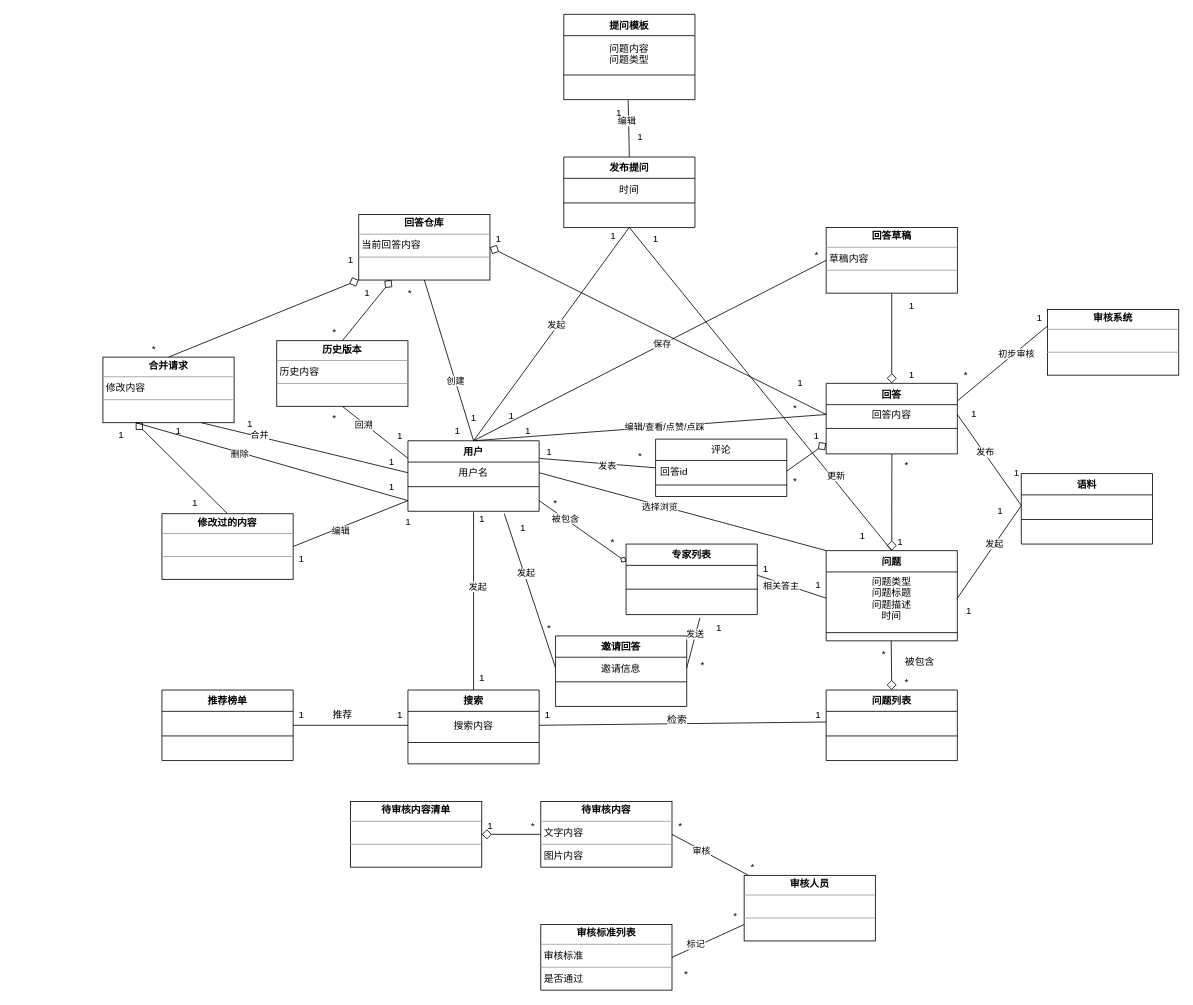
The draw.io diagram 需求规格说明/UML图/概念类图/总概念类图.drawio in sunflower-zzn/ShaGeng, before the edit. Source tidied: cells renumbered, new cells numbered last; positions are measured from the earlier drawing's top-left corner, leaving out a move shared by most shapes. Both pictures are drawn from the tidied source at 82%, with x=0, y=0 at pixel (102, 14).
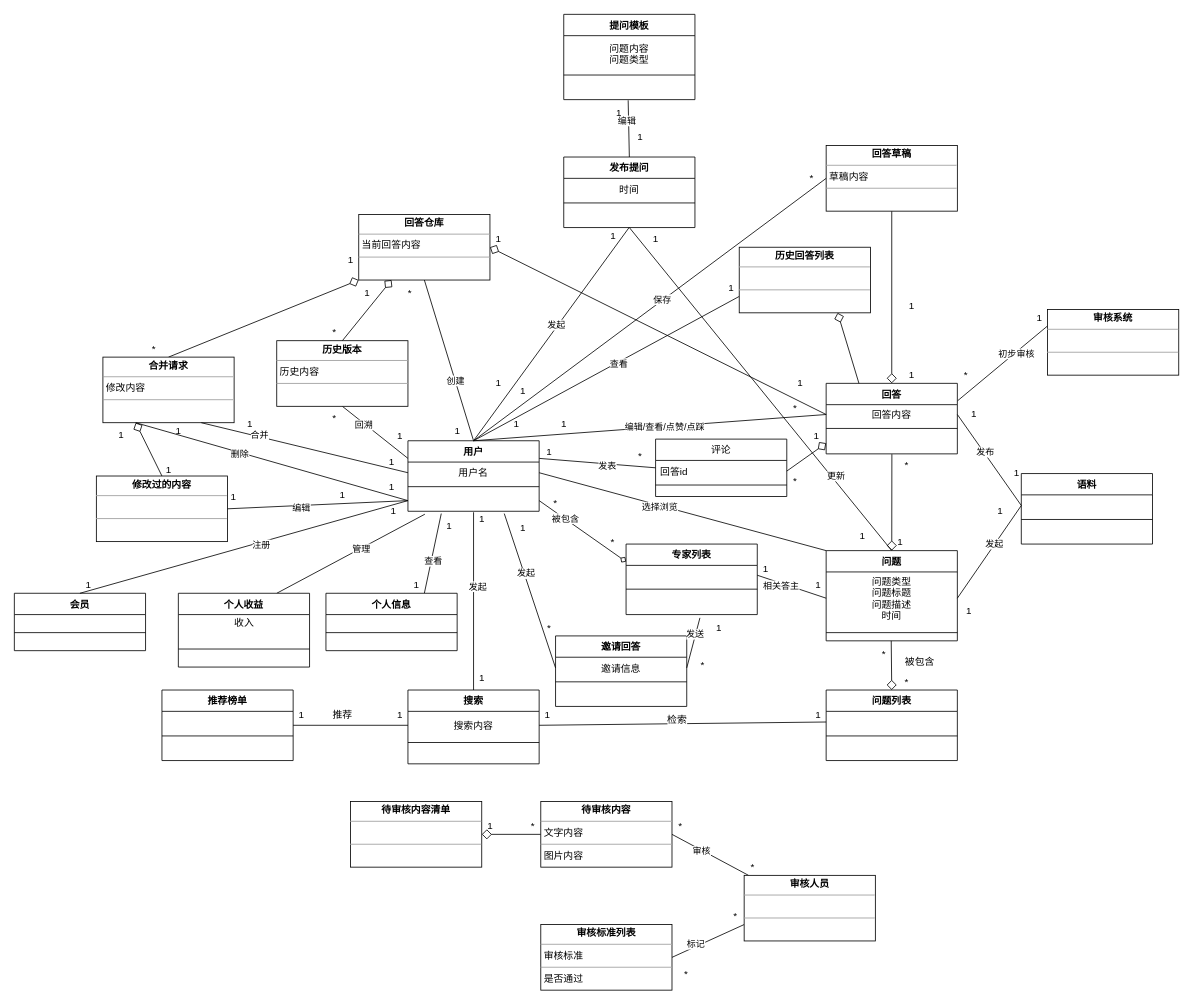
The same diagram, later.

Commit message (it also covers changes not shown here):
finish: 总概念类图

The change refers to these unchanged cells:
```xml
<mxCell id="39" value="用户" style="swimlane;fontStyle=1;align=center;verticalAlign=top;horizontal=1;startSize=26;" parent="1" vertex="1">
  <mxGeometry x="372" y="520" width="160" height="86" as="geometry" />
</mxCell>
<mxCell id="42" value=" " style="text;strokeColor=none;fillColor=none;align=left;verticalAlign=top;spacingLeft=4;spacingRight=4;overflow=hidden;points=[[0,0.5],[1,0.5]];portConstraint=eastwest;" parent="39" vertex="1">
  <mxGeometry y="60" width="160" height="26" as="geometry" />
</mxCell>
<mxCell id="45" value="回答" style="swimlane;fontStyle=1;align=center;verticalAlign=top;horizontal=1;startSize=26;" parent="1" vertex="1">
  <mxGeometry x="882" y="450" width="160" height="86" as="geometry" />
</mxCell>
```

Change to the diagram source:
```diff
@@
     <mxCell id="13" value="1" style="text;html=1;align=center;verticalAlign=middle;" parent="1" vertex="1">
-      <mxGeometry x="488" y="480" width="20" height="20" as="geometry" />
+      <mxGeometry x="472" y="440" width="20" height="20" as="geometry" />
     </mxCell>
@@
     <mxCell id="111" value="&lt;p style=&quot;margin: 0px ; margin-top: 4px ; text-align: center&quot;&gt;&lt;b&gt;回答草稿&lt;/b&gt;&lt;/p&gt;&lt;hr size=&quot;1&quot;&gt;&lt;p style=&quot;margin: 0px ; margin-left: 4px&quot;&gt;草稿内容&lt;/p&gt;&lt;hr size=&quot;1&quot;&gt;&lt;p style=&quot;margin: 0px ; margin-left: 4px&quot;&gt;&lt;br&gt;&lt;/p&gt;" style="verticalAlign=top;align=left;overflow=fill;fontSize=12;fontFamily=Helvetica;html=1;" parent="1" vertex="1">
-      <mxGeometry x="882" y="260" width="160" height="80" as="geometry" />
+      <mxGeometry x="882" y="160" width="160" height="80" as="geometry" />
     </mxCell>
@@
     <mxCell id="116" value="1" style="text;html=1;align=center;verticalAlign=middle;" parent="1" vertex="1">
-      <mxGeometry x="442" y="483" width="20" height="20" as="geometry" />
+      <mxGeometry x="552" y="490" width="20" height="20" as="geometry" />
     </mxCell>
     <mxCell id="117" value="*" style="text;html=1;align=center;verticalAlign=middle;" parent="1" vertex="1">
-      <mxGeometry x="860" y="284" width="20" height="20" as="geometry" />
+      <mxGeometry x="854" y="190" width="20" height="20" as="geometry" />
     </mxCell>
@@
     <mxCell id="120" value="1" style="text;html=1;align=center;verticalAlign=middle;" parent="1" vertex="1">
-      <mxGeometry x="508" y="498" width="20" height="20" as="geometry" />
+      <mxGeometry x="502" y="450" width="20" height="20" as="geometry" />
     </mxCell>
@@
     <mxCell id="151" value="&lt;p style=&quot;margin: 0px ; margin-top: 4px ; text-align: center&quot;&gt;&lt;b&gt;修改过的内容&lt;/b&gt;&lt;/p&gt;&lt;hr size=&quot;1&quot;&gt;&lt;p style=&quot;margin: 0px ; margin-left: 4px&quot;&gt;&lt;br&gt;&lt;/p&gt;&lt;hr size=&quot;1&quot;&gt;&lt;p style=&quot;margin: 0px ; margin-left: 4px&quot;&gt;&lt;br&gt;&lt;/p&gt;" style="verticalAlign=top;align=left;overflow=fill;fontSize=12;fontFamily=Helvetica;html=1;" parent="1" vertex="1">
-      <mxGeometry x="72" y="609" width="160" height="80" as="geometry" />
+      <mxGeometry x="-8" y="563" width="160" height="80" as="geometry" />
     </mxCell>
@@
     <mxCell id="167" value="1" style="text;html=1;align=center;verticalAlign=middle;" parent="1" vertex="1">
-      <mxGeometry x="362" y="609" width="20" height="20" as="geometry" />
+      <mxGeometry x="282" y="576" width="20" height="20" as="geometry" />
     </mxCell>
     <mxCell id="168" value="1" style="text;html=1;align=center;verticalAlign=middle;" parent="1" vertex="1">
-      <mxGeometry x="232" y="654" width="20" height="20" as="geometry" />
+      <mxGeometry x="149" y="579" width="20" height="20" as="geometry" />
     </mxCell>
@@
     <mxCell id="170" value="1" style="text;html=1;align=center;verticalAlign=middle;" parent="1" vertex="1">
-      <mxGeometry x="102" y="586" width="20" height="20" as="geometry" />
+      <mxGeometry x="70" y="546" width="20" height="20" as="geometry" />
     </mxCell>
@@
+    <mxCell id="181" style="rounded=0;jettySize=auto;html=1;exitX=0.75;exitY=0;exitDx=0;exitDy=0;entryX=0.254;entryY=1.108;entryDx=0;entryDy=0;entryPerimeter=0;endArrow=none;endFill=0;" parent="1" edge="1" source="185" target="42">
+      <mxGeometry relative="1" as="geometry" />
+    </mxCell>
+    <mxCell id="182" value="查看" style="edgeLabel;html=1;align=center;verticalAlign=middle;" parent="181" vertex="1">
+      <mxGeometry x="-0.17" y="-2" relative="1" as="geometry" />
+    </mxCell>
+    <mxCell id="183" value="1" style="text;html=1;align=center;verticalAlign=middle;" parent="1" vertex="1">
+      <mxGeometry x="412" y="614" width="20" height="20" as="geometry" />
+    </mxCell>
+    <mxCell id="184" value="1" style="text;html=1;align=center;verticalAlign=middle;" parent="1" vertex="1">
+      <mxGeometry x="372" y="686" width="20" height="20" as="geometry" />
+    </mxCell>
+    <mxCell id="185" value="个人信息" style="swimlane;fontStyle=1;align=center;verticalAlign=top;horizontal=1;startSize=26;" parent="1" vertex="1">
+      <mxGeometry x="272" y="706" width="160" height="70" as="geometry" />
+    </mxCell>
+    <mxCell id="186" style="line;strokeWidth=1;fillColor=none;align=left;verticalAlign=middle;spacingTop=-1;spacingLeft=3;spacingRight=3;labelPosition=right;" parent="185" vertex="1">
+      <mxGeometry y="26" width="160" height="44" as="geometry" />
+    </mxCell>
+    <mxCell id="187" style="edgeStyle=none;rounded=0;jettySize=auto;html=1;exitX=0.75;exitY=0;exitDx=0;exitDy=0;entryX=0.129;entryY=1.138;entryDx=0;entryDy=0;entryPerimeter=0;endArrow=none;endFill=0;" parent="1" edge="1" source="189" target="42">
+      <mxGeometry relative="1" as="geometry" />
+    </mxCell>
+    <mxCell id="188" value="管理" style="edgeLabel;html=1;align=center;verticalAlign=middle;" parent="187" vertex="1">
+      <mxGeometry x="0.13" relative="1" as="geometry" />
+    </mxCell>
+    <mxCell id="189" value="个人收益" style="swimlane;fontStyle=1;align=center;verticalAlign=top;horizontal=1;startSize=26;" parent="1" vertex="1">
+      <mxGeometry x="92" y="706" width="160" height="90" as="geometry" />
+    </mxCell>
+    <mxCell id="190" value="收入" style="text;html=1;align=center;verticalAlign=middle;" parent="189" vertex="1">
+      <mxGeometry y="26" width="160" height="20" as="geometry" />
+    </mxCell>
+    <mxCell id="191" style="line;strokeWidth=1;fillColor=none;align=left;verticalAlign=middle;spacingTop=-1;spacingLeft=3;spacingRight=3;labelPosition=right;" parent="189" vertex="1">
+      <mxGeometry y="46" width="160" height="44" as="geometry" />
+    </mxCell>
+    <mxCell id="192" style="edgeStyle=none;rounded=0;jettySize=auto;html=1;exitX=0.75;exitY=1;exitDx=0;exitDy=0;entryX=0.25;entryY=0;entryDx=0;entryDy=0;endArrow=none;endFill=0;startArrow=diamond;startFill=0;startSize=10;" parent="1" edge="1" source="195" target="45">
+      <mxGeometry relative="1" as="geometry" />
+    </mxCell>
+    <mxCell id="193" style="edgeStyle=none;rounded=0;jettySize=auto;html=1;exitX=0;exitY=0.75;exitDx=0;exitDy=0;entryX=0.5;entryY=0;entryDx=0;entryDy=0;startArrow=none;startFill=0;startSize=10;endArrow=none;endFill=0;" parent="1" edge="1" source="195" target="39">
+      <mxGeometry relative="1" as="geometry" />
+    </mxCell>
+    <mxCell id="194" value="查看" style="edgeLabel;html=1;align=center;verticalAlign=middle;" parent="193" vertex="1">
+      <mxGeometry x="-0.09" y="1" relative="1" as="geometry" />
+    </mxCell>
+    <mxCell id="195" value="&lt;p style=&quot;margin: 0px ; margin-top: 4px ; text-align: center&quot;&gt;&lt;b&gt;历史回答列表&lt;/b&gt;&lt;/p&gt;&lt;hr size=&quot;1&quot;&gt;&lt;p style=&quot;margin: 0px ; margin-left: 4px&quot;&gt;&lt;br&gt;&lt;/p&gt;&lt;hr size=&quot;1&quot;&gt;&lt;p style=&quot;margin: 0px ; margin-left: 4px&quot;&gt;&lt;br&gt;&lt;/p&gt;" style="verticalAlign=top;align=left;overflow=fill;fontSize=12;fontFamily=Helvetica;html=1;" parent="1" vertex="1">
+      <mxGeometry x="776" y="284" width="160" height="80" as="geometry" />
+    </mxCell>
+    <mxCell id="196" value="1" style="text;html=1;align=center;verticalAlign=middle;" parent="1" vertex="1">
+      <mxGeometry x="494" y="490" width="20" height="20" as="geometry" />
+    </mxCell>
+    <mxCell id="197" value="1" style="text;html=1;align=center;verticalAlign=middle;" parent="1" vertex="1">
+      <mxGeometry x="756" y="324" width="20" height="20" as="geometry" />
+    </mxCell>
+    <mxCell id="198" value="会员" style="swimlane;fontStyle=1;align=center;verticalAlign=top;horizontal=1;startSize=26;" parent="1" vertex="1">
+      <mxGeometry x="-108" y="706" width="160" height="70" as="geometry" />
+    </mxCell>
+    <mxCell id="199" style="line;strokeWidth=1;fillColor=none;align=left;verticalAlign=middle;spacingTop=-1;spacingLeft=3;spacingRight=3;labelPosition=right;" parent="198" vertex="1">
+      <mxGeometry y="26" width="160" height="44" as="geometry" />
+    </mxCell>
+    <mxCell id="200" style="edgeStyle=none;rounded=0;jettySize=auto;html=1;exitX=0;exitY=0.5;exitDx=0;exitDy=0;entryX=0.5;entryY=0;entryDx=0;entryDy=0;startArrow=none;startFill=0;startSize=10;endArrow=none;endFill=0;" parent="1" edge="1" source="42" target="198">
+      <mxGeometry relative="1" as="geometry" />
+    </mxCell>
+    <mxCell id="201" value="注册" style="edgeLabel;html=1;align=center;verticalAlign=middle;" parent="200" vertex="1">
+      <mxGeometry x="-0.1" y="3" relative="1" as="geometry" />
+    </mxCell>
+    <mxCell id="202" value="1" style="text;html=1;align=center;verticalAlign=middle;" parent="1" vertex="1">
+      <mxGeometry x="344" y="596" width="20" height="20" as="geometry" />
+    </mxCell>
+    <mxCell id="203" value="1" style="text;html=1;align=center;verticalAlign=middle;" parent="1" vertex="1">
+      <mxGeometry x="-28" y="686" width="20" height="20" as="geometry" />
+    </mxCell>
```
